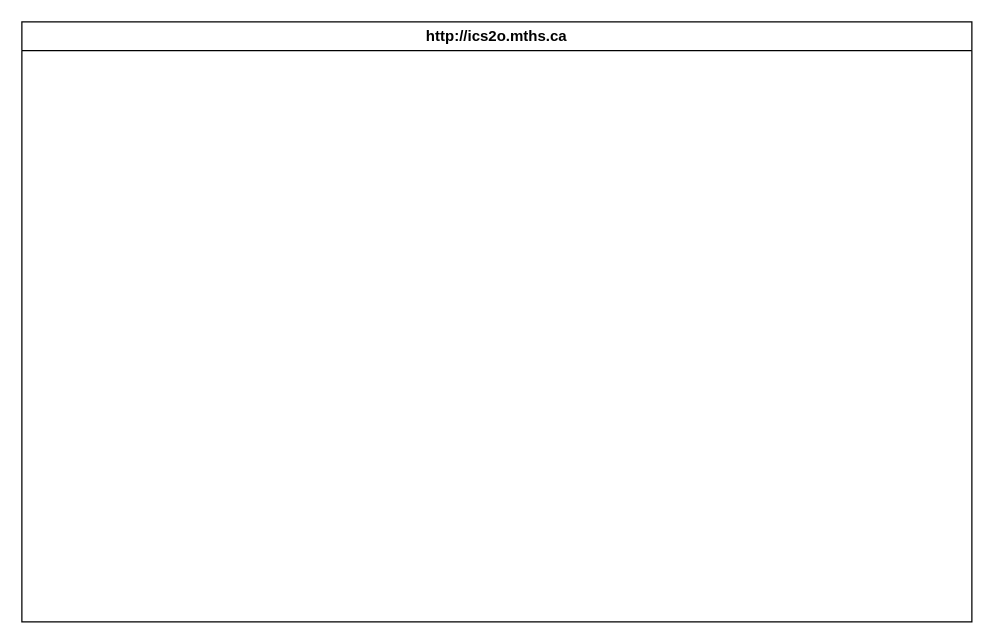
Earlier version of the draw.io diagram design/storyboard.drawio (MTHS-ICS2O-2-2022/ICS2O-Unit-6-03-Osamah-Hasan). Source tidied: cells renumbered, new cells numbered last; positions are measured from the earlier drawing's top-left corner, leaving out a move shared by most shapes. Both pictures are drawn from the tidied source at 125%, with x=0, y=0 at pixel (21, 21). Pictures stored in the file or linked from it are replaced by grey dashed boxes.
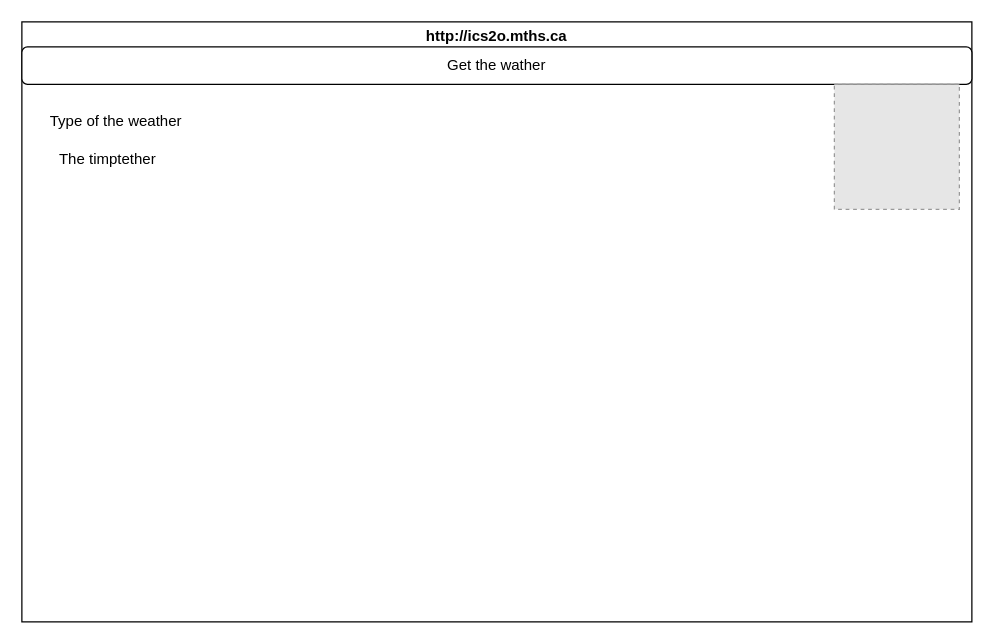
The same diagram, later.

Commit message (it also covers changes not shown here):
add flow chart add story board

The edit, as a diff of the source:
```diff
@@
 <mxGraphModel>
   <root>
     <mxCell id="0" />
     <mxCell id="1" parent="0" />
-    <mxCell id="2" value="http://ics2o.mths.ca" style="swimlane;whiteSpace=wrap;html=1;" parent="1" vertex="1">
+    <mxCell id="2" value="http://ics2o.mths.ca" style="swimlane;whiteSpace=wrap;html=1;startSize=23;" parent="1" vertex="1">
       <mxGeometry width="760" height="480" as="geometry" />
     </mxCell>
+    <mxCell id="3" value="Get the wather" style="rounded=1;whiteSpace=wrap;html=1;" parent="2" vertex="1">
+      <mxGeometry y="20" width="760" height="30" as="geometry" />
+    </mxCell>
+    <mxCell id="4" value="Type of the weather" style="text;html=1;align=center;verticalAlign=middle;strokeColor=none;fillColor=none;" parent="2" vertex="1">
+      <mxGeometry x="10" y="65" width="130" height="30" as="geometry" />
+    </mxCell>
+    <mxCell id="5" value="The timptether&amp;nbsp;" style="text;html=1;align=center;verticalAlign=middle;strokeColor=none;fillColor=none;" parent="2" vertex="1">
+      <mxGeometry x="20" y="95" width="100" height="30" as="geometry" />
+    </mxCell>
+    <mxCell id="6" style="fillColor=#E6E6E6;strokeColor=#999999;dashed=1;verticalLabelPosition=bottom;labelBackgroundColor=default;verticalAlign=top;" parent="2" vertex="1">
+      <mxGeometry x="650" y="50" width="100" height="100" as="geometry" />
+    </mxCell>
   </root>
 </mxGraphModel>
```
